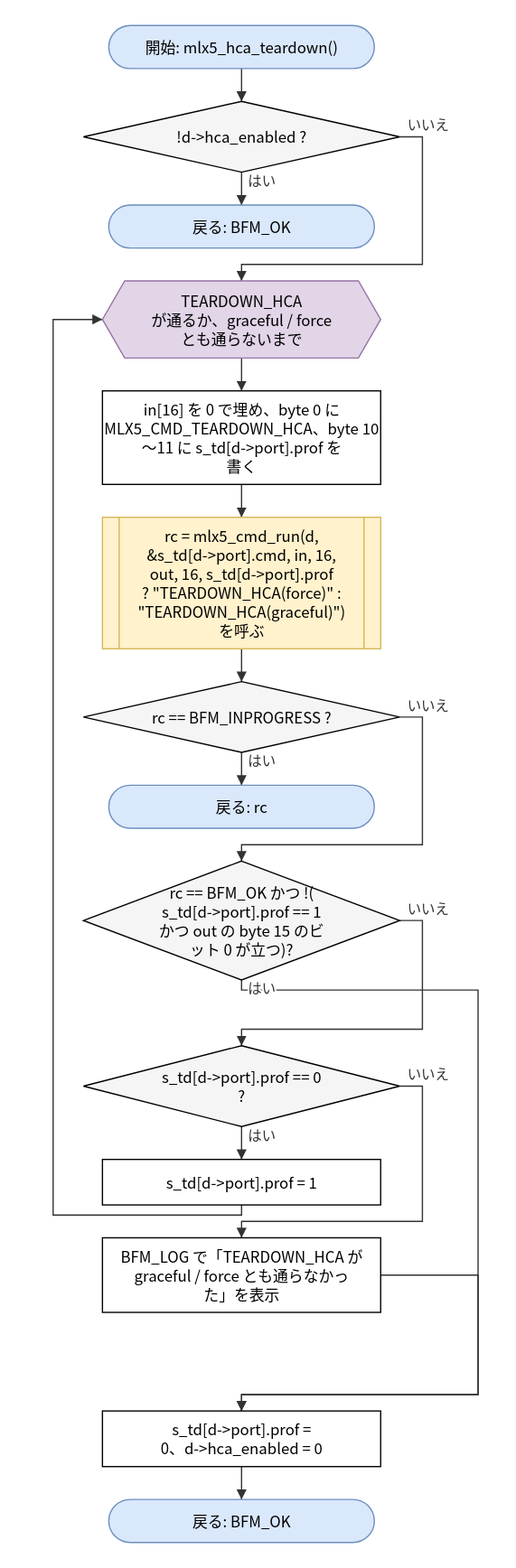
Earlier version of the draw.io export doc/spec/images/flow_src_mlx5_hca-mlx5_hca_teardown.drawio.svg (hf355051012-ai/bfmem). Source tidied: cells renumbered, new cells last; positions are measured from the earlier drawing's top-left corner, leaving out a move shared by most shapes.
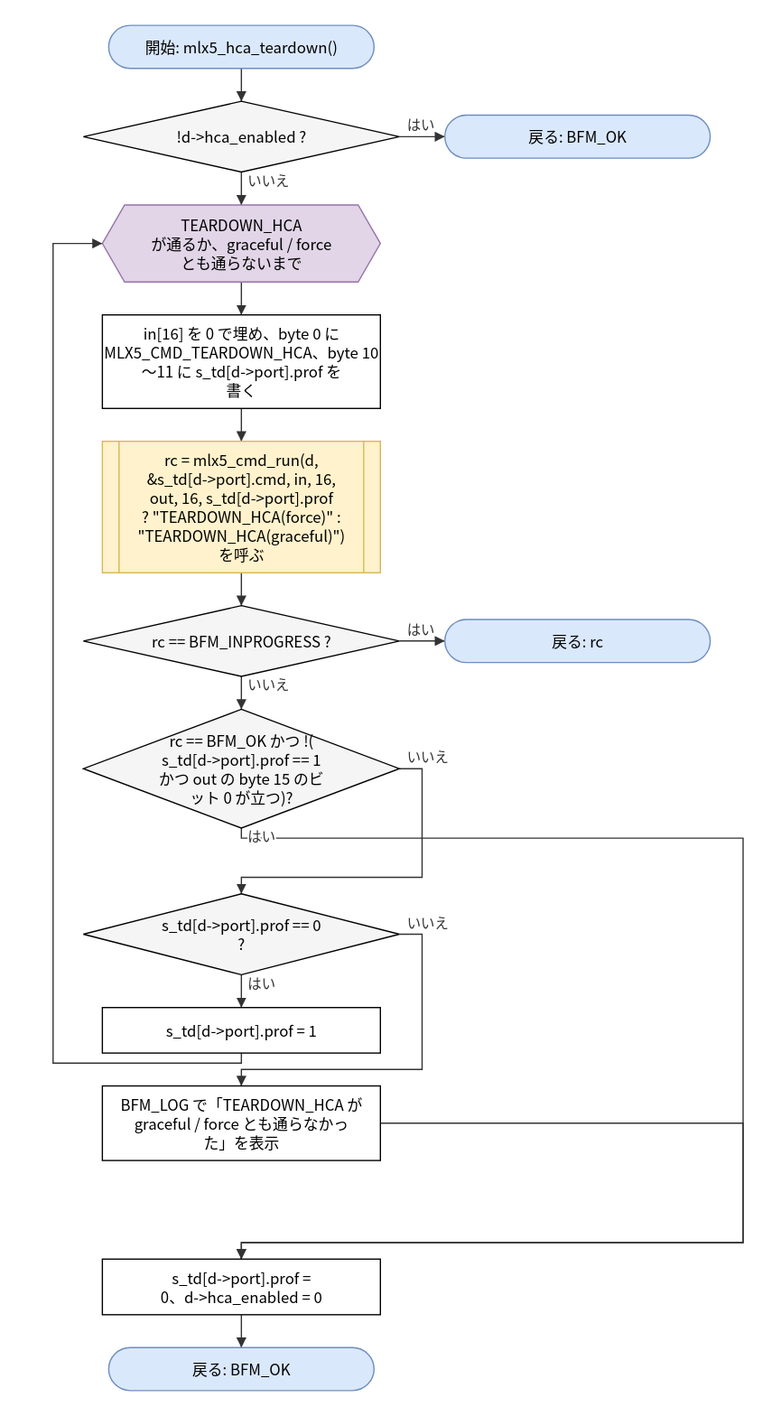
Above is the later version.

What changed in the source:
```diff
@@ -9,55 +9,49 @@
       <mxGeometry x="24" y="60" width="250" height="56" as="geometry" />
     </mxCell>
     <mxCell id="4" value="戻る: BFM_OK" style="rounded=1;arcSize=50;whiteSpace=wrap;html=1;fillColor=#dae8fc;strokeColor=#6c8ebf;" parent="1" vertex="1">
-      <mxGeometry x="44" y="142" width="210" height="34" as="geometry" />
+      <mxGeometry x="310" y="71" width="210" height="34" as="geometry" />
     </mxCell>
     <mxCell id="5" value="TEARDOWN_HCA&lt;br&gt;が通るか、graceful / force&lt;br&gt;とも通らないまで" style="shape=hexagon;perimeter=hexagonPerimeter2;whiteSpace=wrap;html=1;size=0.08;fillColor=#e1d5e7;strokeColor=#9673a6;" parent="1" vertex="1">
-      <mxGeometry x="39" y="202" width="220" height="61" as="geometry" />
+      <mxGeometry x="39" y="142" width="220" height="61" as="geometry" />
     </mxCell>
     <mxCell id="6" value="in[16] を 0 で埋め、byte 0 に&lt;br&gt;MLX5_CMD_TEARDOWN_HCA、byte 10&lt;br&gt;〜11 に s_td[d-&amp;gt;port].prof を&lt;br&gt;書く" style="rounded=0;whiteSpace=wrap;html=1;" parent="1" vertex="1">
-      <mxGeometry x="39" y="289" width="220" height="74" as="geometry" />
+      <mxGeometry x="39" y="229" width="220" height="74" as="geometry" />
     </mxCell>
     <mxCell id="7" value="rc = mlx5_cmd_run(d,&lt;br&gt;&amp;amp;s_td[d-&amp;gt;port].cmd, in, 16,&lt;br&gt;out, 16, s_td[d-&amp;gt;port].prof&lt;br&gt;? &amp;quot;TEARDOWN_HCA(force)&amp;quot; :&lt;br&gt;&amp;quot;TEARDOWN_HCA(graceful)&amp;quot;)&lt;br&gt;を呼ぶ" style="shape=process;whiteSpace=wrap;html=1;backgroundOutline=1;size=0.06;fillColor=#fff2cc;strokeColor=#d6b656;" parent="1" vertex="1">
-      <mxGeometry x="39" y="389" width="220" height="104" as="geometry" />
+      <mxGeometry x="39" y="329" width="220" height="104" as="geometry" />
     </mxCell>
     <mxCell id="8" value="rc == BFM_INPROGRESS ?" style="rhombus;whiteSpace=wrap;html=1;fillColor=#f5f5f5;" parent="1" vertex="1">
-      <mxGeometry x="24" y="519" width="250" height="56" as="geometry" />
+      <mxGeometry x="24" y="459" width="250" height="56" as="geometry" />
     </mxCell>
     <mxCell id="9" value="戻る: rc" style="rounded=1;arcSize=50;whiteSpace=wrap;html=1;fillColor=#dae8fc;strokeColor=#6c8ebf;" parent="1" vertex="1">
-      <mxGeometry x="44" y="601" width="210" height="34" as="geometry" />
+      <mxGeometry x="310" y="470" width="210" height="34" as="geometry" />
     </mxCell>
     <mxCell id="10" value="rc == BFM_OK かつ !(&lt;br&gt;s_td[d-&amp;gt;port].prof == 1&lt;br&gt;かつ out の byte 15 のビ&lt;br&gt;ット 0 が立つ)?" style="rhombus;whiteSpace=wrap;html=1;fillColor=#f5f5f5;" parent="1" vertex="1">
-      <mxGeometry x="24" y="661" width="250" height="94" as="geometry" />
+      <mxGeometry x="24" y="541" width="250" height="94" as="geometry" />
     </mxCell>
     <mxCell id="11" value="s_td[d-&amp;gt;port].prof == 0&lt;br&gt;?" style="rhombus;whiteSpace=wrap;html=1;fillColor=#f5f5f5;" parent="1" vertex="1">
-      <mxGeometry x="24" y="807" width="250" height="64" as="geometry" />
+      <mxGeometry x="24" y="687" width="250" height="64" as="geometry" />
     </mxCell>
     <mxCell id="12" value="s_td[d-&amp;gt;port].prof = 1" style="rounded=0;whiteSpace=wrap;html=1;" parent="1" vertex="1">
-      <mxGeometry x="39" y="897" width="220" height="36" as="geometry" />
+      <mxGeometry x="39" y="777" width="220" height="36" as="geometry" />
     </mxCell>
     <mxCell id="13" value="BFM_LOG で「TEARDOWN_HCA が&lt;br&gt;graceful / force とも通らなかっ&lt;br&gt;た」を表示" style="rounded=0;whiteSpace=wrap;html=1;" parent="1" vertex="1">
-      <mxGeometry x="39" y="959" width="220" height="59" as="geometry" />
+      <mxGeometry x="39" y="839" width="220" height="59" as="geometry" />
     </mxCell>
     <mxCell id="14" value="s_td[d-&amp;gt;port].prof =&lt;br&gt;0、d-&amp;gt;hca_enabled = 0" style="rounded=0;whiteSpace=wrap;html=1;" parent="1" vertex="1">
-      <mxGeometry x="39" y="1096" width="220" height="44" as="geometry" />
+      <mxGeometry x="39" y="976" width="220" height="44" as="geometry" />
     </mxCell>
     <mxCell id="15" value="戻る: BFM_OK" style="rounded=1;arcSize=50;whiteSpace=wrap;html=1;fillColor=#dae8fc;strokeColor=#6c8ebf;" parent="1" vertex="1">
-      <mxGeometry x="44" y="1166" width="210" height="34" as="geometry" />
+      <mxGeometry x="44" y="1046" width="210" height="34" as="geometry" />
     </mxCell>
     <mxCell id="16" style="edgeStyle=none;html=1;rounded=0;endArrow=block;endFill=1;exitX=0.5000;exitY=1.0000;exitDx=0;exitDy=0;exitPerimeter=0;entryX=0.5000;entryY=0.0000;entryDx=0;entryDy=0;entryPerimeter=0;" parent="1" edge="1" source="2" target="3">
       <mxGeometry relative="1" as="geometry" />
     </mxCell>
-    <mxCell id="17" value="はい" style="edgeStyle=none;html=1;rounded=0;endArrow=block;endFill=1;exitX=0.5000;exitY=1.0000;exitDx=0;exitDy=0;exitPerimeter=0;entryX=0.5000;entryY=0.0000;entryDx=0;entryDy=0;entryPerimeter=0;" parent="1" edge="1" source="3" target="4">
+    <mxCell id="17" value="はい" style="edgeStyle=none;html=1;rounded=0;endArrow=block;endFill=1;exitX=1.0000;exitY=0.5000;exitDx=0;exitDy=0;exitPerimeter=0;entryX=0.0000;entryY=0.5000;entryDx=0;entryDy=0;entryPerimeter=0;" parent="1" edge="1" source="3" target="4">
       <mxGeometry relative="1" as="geometry" />
     </mxCell>
-    <mxCell id="18" value="いいえ" style="edgeStyle=none;html=1;rounded=0;endArrow=block;endFill=1;exitX=1.0000;exitY=0.5000;exitDx=0;exitDy=0;exitPerimeter=0;entryX=0.5000;entryY=0.0000;entryDx=0;entryDy=0;entryPerimeter=0;" parent="1" edge="1" source="3" target="5">
-      <mxGeometry relative="1" as="geometry">
-        <Array as="points">
-          <mxPoint x="292" y="88" />
-          <mxPoint x="292" y="189" />
-          <mxPoint x="149" y="189" />
-        </Array>
-      </mxGeometry>
+    <mxCell id="18" value="いいえ" style="edgeStyle=none;html=1;rounded=0;endArrow=block;endFill=1;exitX=0.5000;exitY=1.0000;exitDx=0;exitDy=0;exitPerimeter=0;entryX=0.5000;entryY=0.0000;entryDx=0;entryDy=0;entryPerimeter=0;" parent="1" edge="1" source="3" target="5">
+      <mxGeometry relative="1" as="geometry" />
     </mxCell>
     <mxCell id="19" style="edgeStyle=none;html=1;rounded=0;endArrow=block;endFill=1;exitX=0.5000;exitY=1.0000;exitDx=0;exitDy=0;exitPerimeter=0;entryX=0.5000;entryY=0.0000;entryDx=0;entryDy=0;entryPerimeter=0;" parent="1" edge="1" source="5" target="6">
       <mxGeometry relative="1" as="geometry" />
@@ -68,24 +62,18 @@
     <mxCell id="21" style="edgeStyle=none;html=1;rounded=0;endArrow=block;endFill=1;exitX=0.5000;exitY=1.0000;exitDx=0;exitDy=0;exitPerimeter=0;entryX=0.5000;entryY=0.0000;entryDx=0;entryDy=0;entryPerimeter=0;" parent="1" edge="1" source="7" target="8">
       <mxGeometry relative="1" as="geometry" />
     </mxCell>
-    <mxCell id="22" value="はい" style="edgeStyle=none;html=1;rounded=0;endArrow=block;endFill=1;exitX=0.5000;exitY=1.0000;exitDx=0;exitDy=0;exitPerimeter=0;entryX=0.5000;entryY=0.0000;entryDx=0;entryDy=0;entryPerimeter=0;" parent="1" edge="1" source="8" target="9">
+    <mxCell id="22" value="はい" style="edgeStyle=none;html=1;rounded=0;endArrow=block;endFill=1;exitX=1.0000;exitY=0.5000;exitDx=0;exitDy=0;exitPerimeter=0;entryX=0.0000;entryY=0.5000;entryDx=0;entryDy=0;entryPerimeter=0;" parent="1" edge="1" source="8" target="9">
       <mxGeometry relative="1" as="geometry" />
     </mxCell>
-    <mxCell id="23" value="いいえ" style="edgeStyle=none;html=1;rounded=0;endArrow=block;endFill=1;exitX=1.0000;exitY=0.5000;exitDx=0;exitDy=0;exitPerimeter=0;entryX=0.5000;entryY=0.0000;entryDx=0;entryDy=0;entryPerimeter=0;" parent="1" edge="1" source="8" target="10">
-      <mxGeometry relative="1" as="geometry">
-        <Array as="points">
-          <mxPoint x="292" y="547" />
-          <mxPoint x="292" y="648" />
-          <mxPoint x="149" y="648" />
-        </Array>
-      </mxGeometry>
+    <mxCell id="23" value="いいえ" style="edgeStyle=none;html=1;rounded=0;endArrow=block;endFill=1;exitX=0.5000;exitY=1.0000;exitDx=0;exitDy=0;exitPerimeter=0;entryX=0.5000;entryY=0.0000;entryDx=0;entryDy=0;entryPerimeter=0;" parent="1" edge="1" source="8" target="10">
+      <mxGeometry relative="1" as="geometry" />
     </mxCell>
     <mxCell id="24" value="いいえ" style="edgeStyle=none;html=1;rounded=0;endArrow=block;endFill=1;exitX=1.0000;exitY=0.5000;exitDx=0;exitDy=0;exitPerimeter=0;entryX=0.5000;entryY=0.0000;entryDx=0;entryDy=0;entryPerimeter=0;" parent="1" edge="1" source="10" target="11">
       <mxGeometry relative="1" as="geometry">
         <Array as="points">
-          <mxPoint x="292" y="708" />
-          <mxPoint x="292" y="794" />
-          <mxPoint x="149" y="794" />
+          <mxPoint x="292" y="588" />
+          <mxPoint x="292" y="674" />
+          <mxPoint x="149" y="674" />
         </Array>
       </mxGeometry>
     </mxCell>
@@ -95,37 +83,37 @@
     <mxCell id="26" value="いいえ" style="edgeStyle=none;html=1;rounded=0;endArrow=block;endFill=1;exitX=1.0000;exitY=0.5000;exitDx=0;exitDy=0;exitPerimeter=0;entryX=0.5000;entryY=0.0000;entryDx=0;entryDy=0;entryPerimeter=0;" parent="1" edge="1" source="11" target="13">
       <mxGeometry relative="1" as="geometry">
         <Array as="points">
-          <mxPoint x="292" y="839" />
-          <mxPoint x="292" y="946" />
-          <mxPoint x="149" y="946" />
+          <mxPoint x="292" y="719" />
+          <mxPoint x="292" y="826" />
+          <mxPoint x="149" y="826" />
         </Array>
       </mxGeometry>
     </mxCell>
     <mxCell id="27" style="edgeStyle=none;html=1;rounded=0;endArrow=block;endFill=1;exitX=0.5000;exitY=1.0000;exitDx=0;exitDy=0;exitPerimeter=0;entryX=0.0000;entryY=0.5000;entryDx=0;entryDy=0;entryPerimeter=0;" parent="1" edge="1" source="12" target="5">
       <mxGeometry relative="1" as="geometry">
         <Array as="points">
-          <mxPoint x="149" y="941" />
-          <mxPoint y="941" />
-          <mxPoint y="232.5" />
+          <mxPoint x="149" y="821" />
+          <mxPoint y="821" />
+          <mxPoint y="172.5" />
         </Array>
       </mxGeometry>
     </mxCell>
     <mxCell id="28" value="はい" style="edgeStyle=none;html=1;rounded=0;endArrow=block;endFill=1;exitX=0.5000;exitY=1.0000;exitDx=0;exitDy=0;exitPerimeter=0;entryX=0.5000;entryY=0.0000;entryDx=0;entryDy=0;entryPerimeter=0;" parent="1" edge="1" source="10" target="14">
       <mxGeometry relative="1" as="geometry">
         <Array as="points">
-          <mxPoint x="149" y="763" />
-          <mxPoint x="336" y="763" />
-          <mxPoint x="336" y="1083" />
-          <mxPoint x="149" y="1083" />
+          <mxPoint x="149" y="643" />
+          <mxPoint x="546" y="643" />
+          <mxPoint x="546" y="963" />
+          <mxPoint x="149" y="963" />
         </Array>
       </mxGeometry>
     </mxCell>
     <mxCell id="29" style="edgeStyle=none;html=1;rounded=0;endArrow=block;endFill=1;exitX=1.0000;exitY=0.5000;exitDx=0;exitDy=0;exitPerimeter=0;entryX=0.5000;entryY=0.0000;entryDx=0;entryDy=0;entryPerimeter=0;" parent="1" edge="1" source="13" target="14">
       <mxGeometry relative="1" as="geometry">
         <Array as="points">
-          <mxPoint x="336" y="988.5" />
-          <mxPoint x="336" y="1083" />
-          <mxPoint x="149" y="1083" />
+          <mxPoint x="546" y="868.5" />
+          <mxPoint x="546" y="963" />
+          <mxPoint x="149" y="963" />
         </Array>
       </mxGeometry>
     </mxCell>
```
